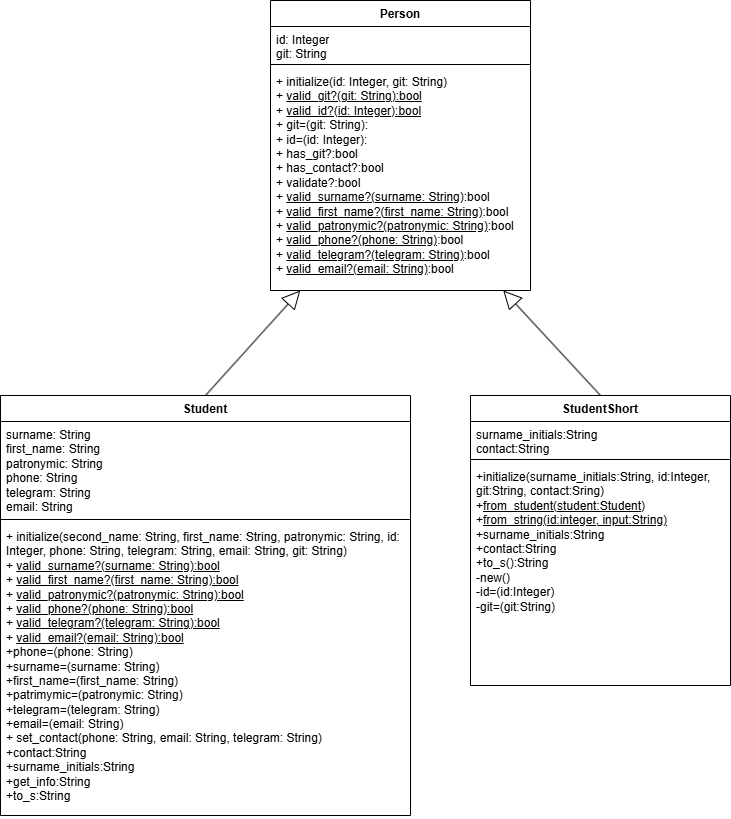
This is student/class_diagram.drawio.png from emefutty/patterns, a draw.io export, as it was before one commit. Source tidied: cells renumbered, new cells last; positions are measured from the earlier drawing's top-left corner, leaving out a move shared by most shapes.
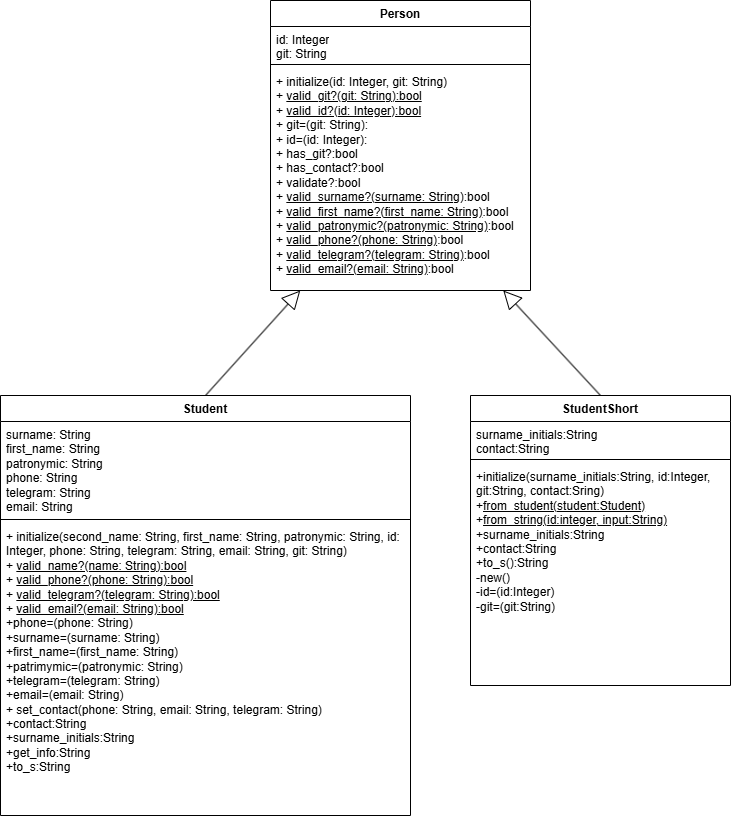
After the change.

The edit, as a diff of the source:
```diff
@@ -23,7 +23,7 @@
     <mxCell id="8" style="line;strokeWidth=1;fillColor=none;align=left;verticalAlign=middle;spacingTop=-1;spacingLeft=3;spacingRight=3;labelPosition=right;strokeColor=inherit;" parent="6" vertex="1">
       <mxGeometry y="120" width="410" height="8" as="geometry" />
     </mxCell>
-    <mxCell id="9" value="+ initialize(second_name: String, first_name: String, patronymic: String, id: Integer,&amp;nbsp;phone: String, telegram: String, email: String, git: String&lt;span style=&quot;background-color: initial;&quot;&gt;)&lt;/span&gt;&lt;div&gt;&lt;div&gt;&lt;span style=&quot;background-color: initial;&quot;&gt;+ &lt;u&gt;valid_surname?(surname: String):bool&lt;/u&gt;&lt;/span&gt;&lt;/div&gt;&lt;div&gt;+ &lt;u&gt;valid_first_name?(first_name: String):bool&lt;/u&gt;&lt;/div&gt;&lt;div&gt;+ &lt;u&gt;valid_patronymic?(patronymic: String):bool&lt;/u&gt;&lt;/div&gt;&lt;div&gt;+ &lt;u&gt;valid_phone?(phone: String):bool&lt;/u&gt;&lt;/div&gt;&lt;div&gt;+ &lt;u&gt;valid_telegram?(telegram: String):bool&lt;/u&gt;&lt;/div&gt;&lt;div&gt;+ &lt;u&gt;valid_email?(email: String):bool&lt;/u&gt;&lt;/div&gt;&lt;/div&gt;&lt;div&gt;+phone=(phone: String)&lt;/div&gt;&lt;div&gt;+surname=(surname: String)&lt;/div&gt;&lt;div&gt;+first_name=(first_name: String)&lt;/div&gt;&lt;div&gt;+patrimymic=(patronymic: String)&lt;/div&gt;&lt;div&gt;+telegram=(telegram: String)&lt;/div&gt;&lt;div&gt;+email=(email: String)&lt;/div&gt;&lt;div&gt;&lt;div&gt;&lt;span style=&quot;background-color: initial;&quot;&gt;+ set_contact(phone: String, email: String, telegram: String)&lt;/span&gt;&lt;/div&gt;&lt;div&gt;&lt;span style=&quot;background-color: initial;&quot;&gt;+contact:String&lt;/span&gt;&lt;/div&gt;&lt;/div&gt;&lt;div&gt;&lt;span style=&quot;background-color: initial;&quot;&gt;+surname_initials:String&lt;/span&gt;&lt;/div&gt;&lt;div&gt;&lt;span style=&quot;background-color: initial;&quot;&gt;+get_info:String&lt;/span&gt;&lt;/div&gt;&lt;div&gt;+to_s:String&lt;/div&gt;&lt;div&gt;&lt;span style=&quot;background-color: initial;&quot;&gt;&lt;br&gt;&lt;/span&gt;&lt;/div&gt;" style="text;strokeColor=none;fillColor=none;align=left;verticalAlign=top;spacingLeft=4;spacingRight=4;overflow=hidden;whiteSpace=wrap;html=1;" parent="6" vertex="1">
+    <mxCell id="9" value="+ initialize(second_name: String, first_name: String, patronymic: String, id: Integer,&amp;nbsp;phone: String, telegram: String, email: String, git: String&lt;span style=&quot;background-color: initial;&quot;&gt;)&lt;/span&gt;&lt;div&gt;&lt;div&gt;&lt;span style=&quot;background-color: initial;&quot;&gt;+&amp;nbsp;&lt;/span&gt;&lt;u style=&quot;background-color: initial;&quot;&gt;valid_name?(name: String):bool&lt;/u&gt;&lt;/div&gt;&lt;div&gt;+ &lt;u&gt;valid_phone?(phone: String):bool&lt;/u&gt;&lt;/div&gt;&lt;div&gt;+ &lt;u&gt;valid_telegram?(telegram: String):bool&lt;/u&gt;&lt;/div&gt;&lt;div&gt;+ &lt;u&gt;valid_email?(email: String):bool&lt;/u&gt;&lt;/div&gt;&lt;/div&gt;&lt;div&gt;+phone=(phone: String)&lt;/div&gt;&lt;div&gt;+surname=(surname: String)&lt;/div&gt;&lt;div&gt;+first_name=(first_name: String)&lt;/div&gt;&lt;div&gt;+patrimymic=(patronymic: String)&lt;/div&gt;&lt;div&gt;+telegram=(telegram: String)&lt;/div&gt;&lt;div&gt;+email=(email: String)&lt;/div&gt;&lt;div&gt;&lt;div&gt;&lt;span style=&quot;background-color: initial;&quot;&gt;+ set_contact(phone: String, email: String, telegram: String)&lt;/span&gt;&lt;/div&gt;&lt;div&gt;&lt;span style=&quot;background-color: initial;&quot;&gt;+contact:String&lt;/span&gt;&lt;/div&gt;&lt;/div&gt;&lt;div&gt;&lt;span style=&quot;background-color: initial;&quot;&gt;+surname_initials:String&lt;/span&gt;&lt;/div&gt;&lt;div&gt;&lt;span style=&quot;background-color: initial;&quot;&gt;+get_info:String&lt;/span&gt;&lt;/div&gt;&lt;div&gt;+to_s:String&lt;/div&gt;&lt;div&gt;&lt;span style=&quot;background-color: initial;&quot;&gt;&lt;br&gt;&lt;/span&gt;&lt;/div&gt;" style="text;strokeColor=none;fillColor=none;align=left;verticalAlign=top;spacingLeft=4;spacingRight=4;overflow=hidden;whiteSpace=wrap;html=1;" parent="6" vertex="1">
       <mxGeometry y="128" width="410" height="292" as="geometry" />
     </mxCell>
     <mxCell id="10" value="StudentShort" style="swimlane;fontStyle=1;align=center;verticalAlign=top;horizontal=1;startSize=26;whiteSpace=wrap;html=1;" parent="1" vertex="1">
```
